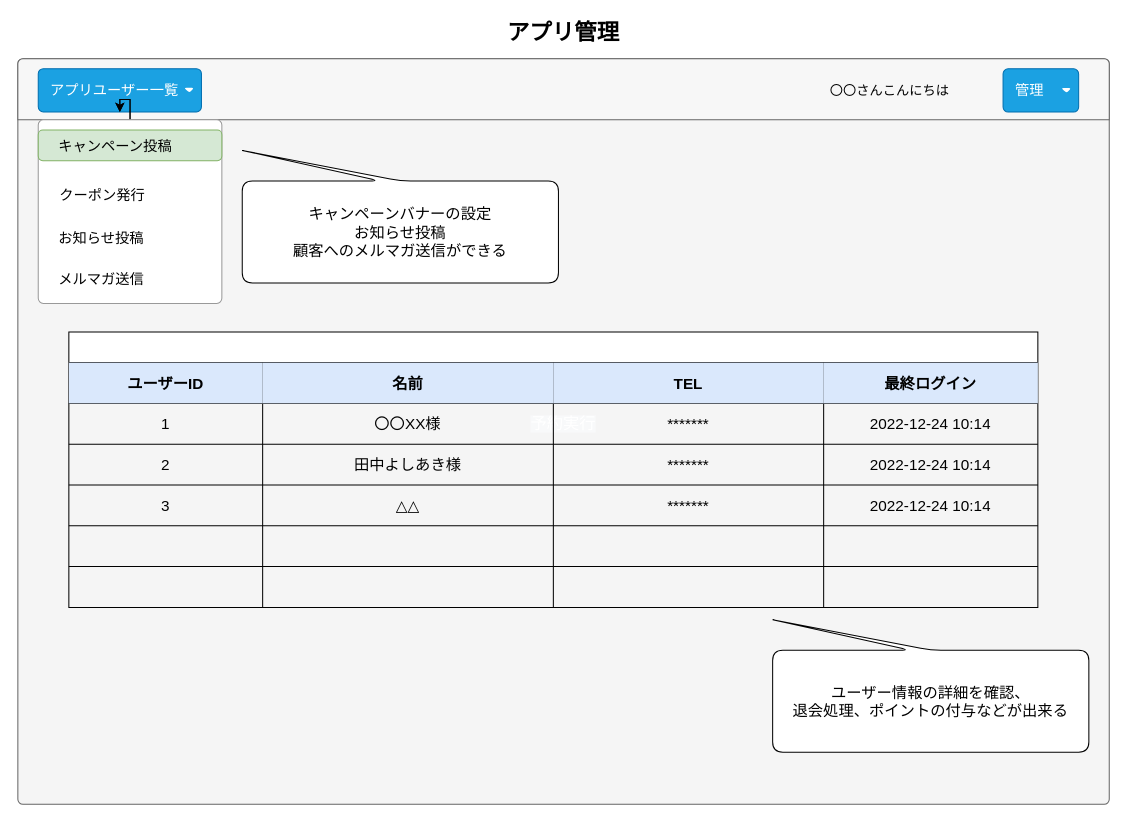
This is page "ホテルアプリ管理" (5 of 5) of document/4.画面設計.dio from en-gine/heiwadai_server, a draw.io file, before an edit. Source tidied: cells renumbered, new cells numbered last; positions are measured from the earlier drawing's top-left corner, leaving out a move shared by most shapes. Both pictures are drawn from the tidied source at 102%, with x=0, y=0 at pixel (17, 17).
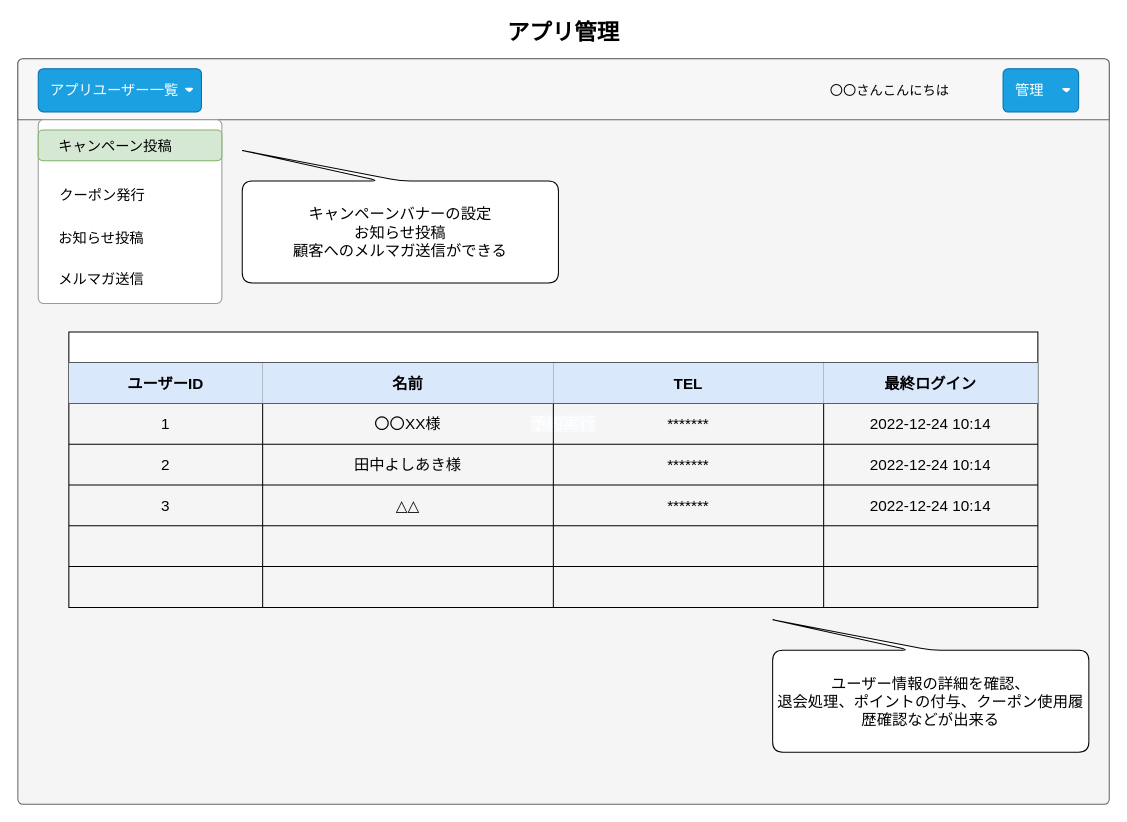
Above is the later version.

Unchanged cells that the change refers to:
```xml
<mxCell id="2" value="&#10;&lt;span style=&quot;color: rgb(255, 255, 255); font-family: Helvetica; font-size: 16px; font-style: normal; font-variant-ligatures: normal; font-variant-caps: normal; font-weight: 400; letter-spacing: normal; orphans: 2; text-align: center; text-indent: 0px; text-transform: none; widows: 2; word-spacing: 0px; -webkit-text-stroke-width: 0px; background-color: rgb(248, 249, 250); text-decoration-thickness: initial; text-decoration-style: initial; text-decoration-color: initial; float: none; display: inline !important;&quot;&gt;予約実行&lt;/span&gt;&#10;&#10;" style="html=1;shadow=0;dashed=0;shape=mxgraph.bootstrap.rrect;rSize=5;strokeColor=#666666;html=1;whiteSpace=wrap;fillColor=#f5f5f5;fontColor=#333333;rounded=1;fontSize=13;" parent="1" vertex="1">
  <mxGeometry y="40" width="1070" height="731" as="geometry" />
</mxCell>
<mxCell id="7" value="アプリユーザー一覧" style="html=1;shadow=0;dashed=0;shape=mxgraph.bootstrap.rrect;rSize=5;strokeColor=#006EAF;strokeWidth=1;fillColor=#1ba1e2;fontColor=#ffffff;whiteSpace=wrap;align=left;verticalAlign=middle;fontStyle=0;fontSize=14;spacingLeft=10;rounded=1;" parent="2" vertex="1">
  <mxGeometry x="20" y="9.8" width="160" height="42.4" as="geometry" />
</mxCell>
<mxCell id="11" style="html=1;shadow=0;dashed=0;shape=mxgraph.bootstrap.rrect;rSize=5;fillColor=#ffffff;strokeColor=#999999;rounded=1;fontSize=13;fontColor=#000000;" parent="2" vertex="1">
  <mxGeometry x="20" y="60" width="180" height="180" as="geometry" />
</mxCell>
```

Diff of the diagram source:
```diff
@@
-    <mxCell id="9" style="edgeStyle=orthogonalEdgeStyle;rounded=0;jettySize=auto;html=1;" parent="2" edge="1" source="11" target="7">
-      <mxGeometry relative="1" as="geometry" />
-    </mxCell>
-    <mxCell id="10" style="edgeStyle=orthogonalEdgeStyle;rounded=0;jettySize=auto;html=1;" parent="2" edge="1" source="11" target="7">
-      <mxGeometry relative="1" as="geometry" />
-    </mxCell>
@@
-    <mxCell id="16" value="ユーザー情報の詳細を確認、&lt;br&gt;退会処理、ポイントの付与などが出来る" style="shape=callout;whiteSpace=wrap;html=1;perimeter=calloutPerimeter;rounded=1;fontSize=15;position2=1;direction=west;" parent="2" vertex="1">
+    <mxCell id="16" value="ユーザー情報の詳細を確認、&lt;br&gt;退会処理、ポイントの付与、クーポン使用履歴確認などが出来る" style="shape=callout;whiteSpace=wrap;html=1;perimeter=calloutPerimeter;rounded=1;fontSize=15;position2=1;direction=west;" parent="2" vertex="1">
       <mxGeometry x="740" y="550" width="310" height="130" as="geometry" />
     </mxCell>
```
